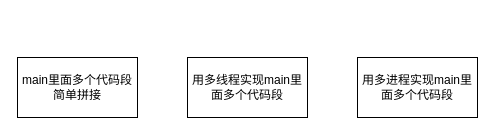
This is 参数量计算.drawio from Sahala08/DrawIO_File, a draw.io file, before an edit. Source tidied: cells renumbered, new cells numbered last; positions are measured from the earlier drawing's top-left corner, leaving out a move shared by most shapes. Both pictures are drawn from the tidied source at 100%, with x=0, y=0 at pixel (17, 57).
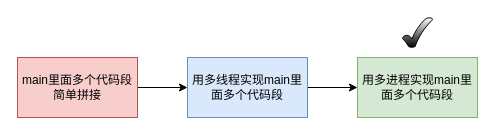
The same diagram, later.

Commit message:
更新参数量计算.drawio

Change to the diagram source:
```diff
@@
 <mxGraphModel>
   <root>
     <mxCell id="0" />
     <mxCell id="1" parent="0" />
+    <mxCell id="5" style="edgeStyle=orthogonalEdgeStyle;rounded=0;jettySize=auto;html=1;" parent="1" edge="1" source="2" target="3">
+      <mxGeometry relative="1" as="geometry" />
+    </mxCell>
-    <mxCell id="2" value="main里面多个代码段简单拼接" style="rounded=0;whiteSpace=wrap;html=1;" parent="1" vertex="1">
+    <mxCell id="2" value="main里面多个代码段简单拼接" style="rounded=0;whiteSpace=wrap;html=1;fillColor=#f8cecc;strokeColor=#b85450;" parent="1" vertex="1">
       <mxGeometry width="120" height="60" as="geometry" />
     </mxCell>
+    <mxCell id="6" style="edgeStyle=orthogonalEdgeStyle;rounded=0;jettySize=auto;html=1;entryX=0;entryY=0.5;entryDx=0;entryDy=0;" parent="1" edge="1" source="3" target="4">
+      <mxGeometry relative="1" as="geometry" />
+    </mxCell>
-    <mxCell id="3" value="用多线程实现main里面多个代码段" style="rounded=0;whiteSpace=wrap;html=1;" parent="1" vertex="1">
+    <mxCell id="3" value="用多线程实现main里面多个代码段" style="rounded=0;whiteSpace=wrap;html=1;fillColor=#dae8fc;strokeColor=#6c8ebf;" parent="1" vertex="1">
       <mxGeometry x="170" width="120" height="60" as="geometry" />
     </mxCell>
-    <mxCell id="4" value="用多进程实现main里面多个代码段" style="rounded=0;whiteSpace=wrap;html=1;" parent="1" vertex="1">
+    <mxCell id="4" value="用多进程实现main里面多个代码段" style="rounded=0;whiteSpace=wrap;html=1;fillColor=#d5e8d4;strokeColor=#82b366;" parent="1" vertex="1">
       <mxGeometry x="340" width="120" height="60" as="geometry" />
     </mxCell>
+    <mxCell id="7" style="verticalLabelPosition=bottom;verticalAlign=top;html=1;shape=mxgraph.basic.tick;gradientColor=default;" parent="1" vertex="1">
+      <mxGeometry x="385" y="-40" width="30" height="30" as="geometry" />
+    </mxCell>
   </root>
 </mxGraphModel>
```
